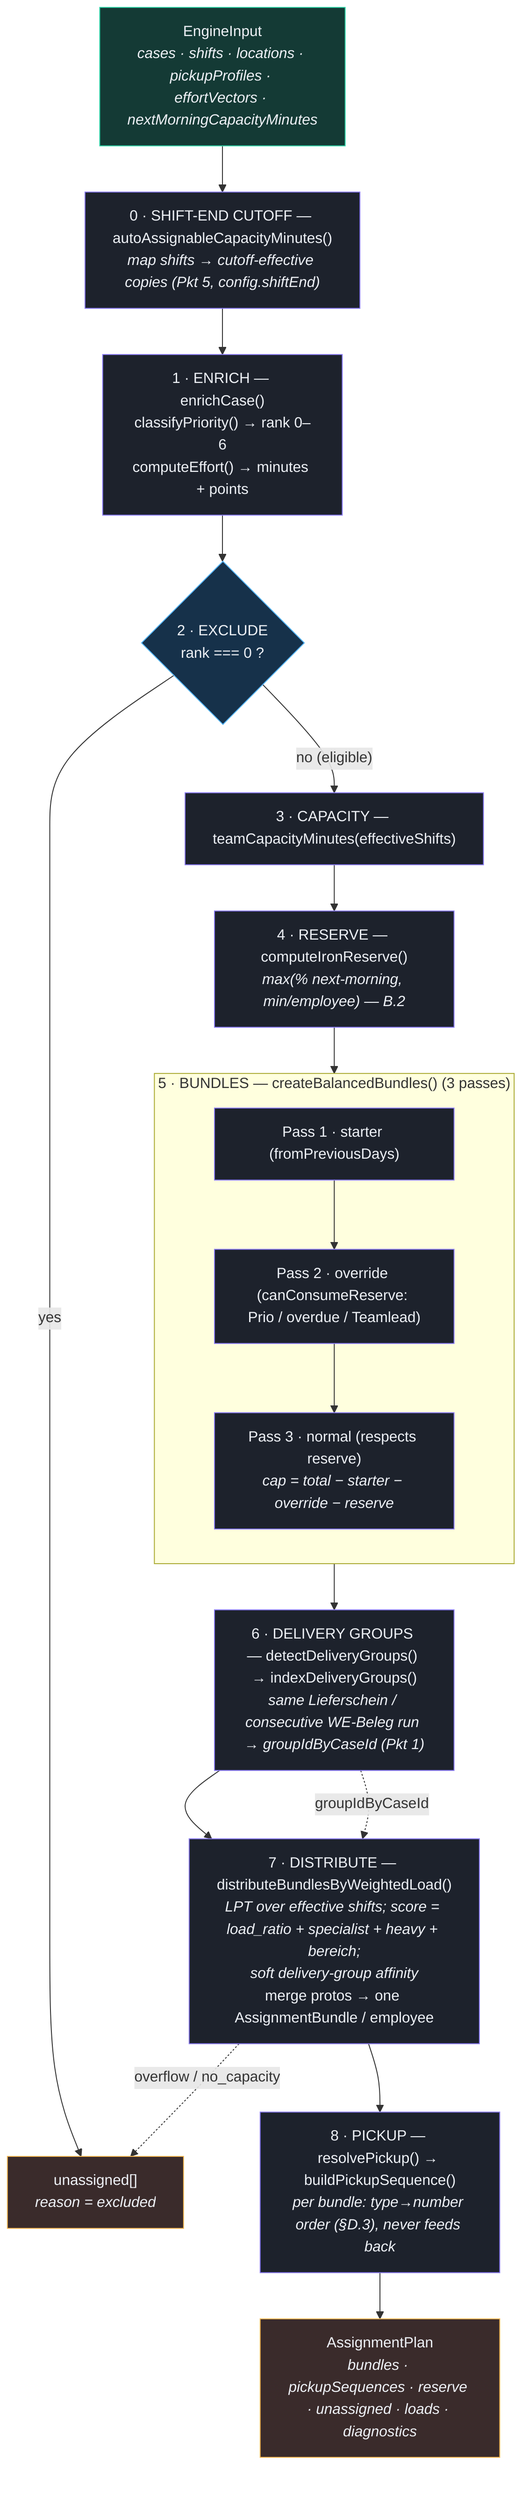
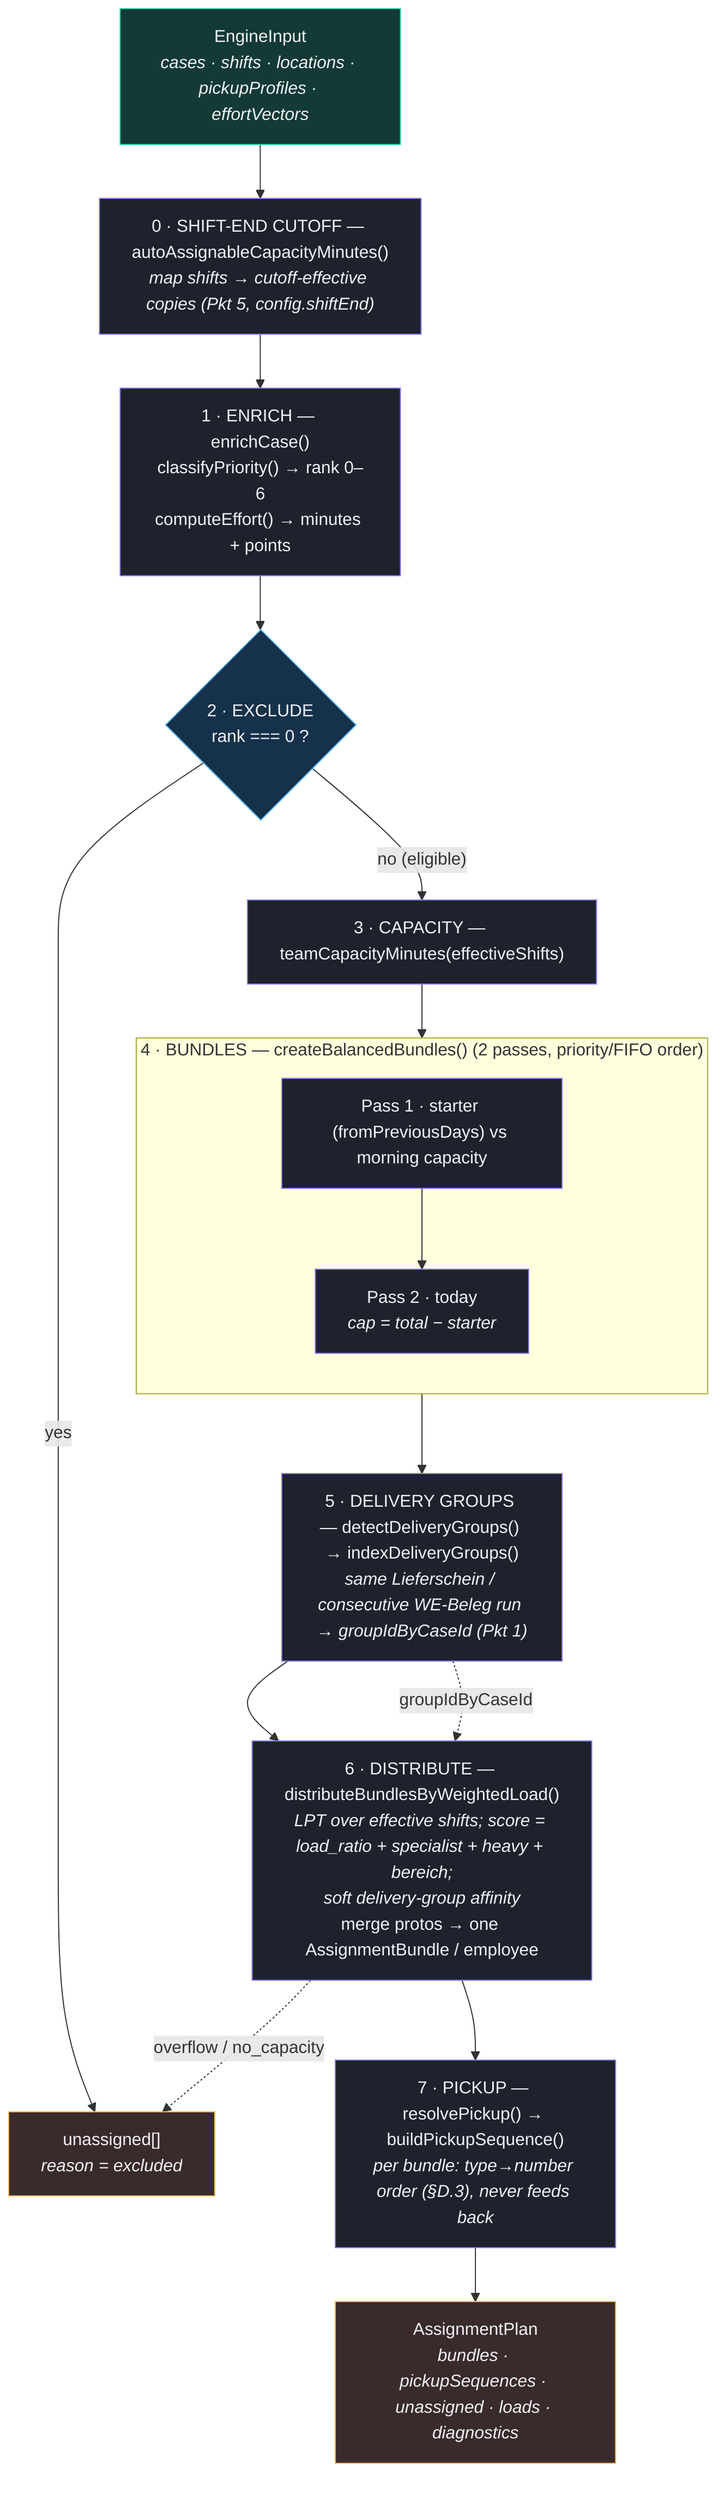
%% C4 Level 4 — Code / data flow: assignWork() pipeline
%% Verified against packages/assignment-engine/src/assignment/plan.ts (committed main)
- %% and the called modules (shift-end, priority-engine, effort-score, net-capacity, reserve,
+ %% and the called modules (shift-end, priority-engine, effort-score, net-capacity,
%% bundling, delivery-group, distribute, pickup-order).
flowchart TB
    classDef step fill:#1d222c,stroke:#8b7cf6,color:#eef1f6;
    classDef io fill:#143a35,stroke:#2dd4a7,color:#eef1f6;
    classDef branch fill:#16314a,stroke:#56b6ff,color:#eef1f6;
    classDef out fill:#3a2b2b,stroke:#f5b955,color:#eef1f6;

-     input["EngineInput<br/><i>cases · shifts · locations · pickupProfiles · effortVectors · nextMorningCapacityMinutes</i>"]:::io
+     input["EngineInput<br/><i>cases · shifts · locations · pickupProfiles · effortVectors</i>"]:::io

    cutoff["0 · SHIFT-END CUTOFF — autoAssignableCapacityMinutes()<br/><i>map shifts → cutoff-effective copies (Pkt 5, config.shiftEnd)</i>"]:::step
    enrich["1 · ENRICH — enrichCase()<br/>classifyPriority() → rank 0–6<br/>computeEffort() → minutes + points"]:::step
    exclude{"2 · EXCLUDE<br/>rank === 0 ?"}:::branch
    excluded["unassigned[]<br/><i>reason = excluded</i>"]:::out

    capacity["3 · CAPACITY — teamCapacityMinutes(effectiveShifts)"]:::step
-     reserve["4 · RESERVE — computeIronReserve()<br/><i>max(% next-morning, min/employee) — B.2</i>"]:::step

-     subgraph bundles["5 · BUNDLES — createBalancedBundles() (3 passes)"]
+     subgraph bundles["4 · BUNDLES — createBalancedBundles() (2 passes, priority/FIFO order)"]
        direction TB
-         starter["Pass 1 · starter (fromPreviousDays)"]:::step
-         override["Pass 2 · override (canConsumeReserve: Prio / overdue / Teamlead)"]:::step
-         normal["Pass 3 · normal (respects reserve)<br/><i>cap = total − starter − override − reserve</i>"]:::step
+         starter["Pass 1 · starter (fromPreviousDays) vs morning capacity"]:::step
+         today["Pass 2 · today<br/><i>cap = total − starter</i>"]:::step
    end

-     grouping["6 · DELIVERY GROUPS — detectDeliveryGroups() → indexDeliveryGroups()<br/><i>same Lieferschein / consecutive WE-Beleg run → groupIdByCaseId (Pkt 1)</i>"]:::step
-     distribute["7 · DISTRIBUTE — distributeBundlesByWeightedLoad()<br/><i>LPT over effective shifts; score = load_ratio + specialist + heavy + bereich;<br/>soft delivery-group affinity</i><br/>merge protos → one AssignmentBundle / employee"]:::step
-     pickup["8 · PICKUP — resolvePickup() → buildPickupSequence()<br/><i>per bundle: type→number order (§D.3), never feeds back</i>"]:::step
+     grouping["5 · DELIVERY GROUPS — detectDeliveryGroups() → indexDeliveryGroups()<br/><i>same Lieferschein / consecutive WE-Beleg run → groupIdByCaseId (Pkt 1)</i>"]:::step
+     distribute["6 · DISTRIBUTE — distributeBundlesByWeightedLoad()<br/><i>LPT over effective shifts; score = load_ratio + specialist + heavy + bereich;<br/>soft delivery-group affinity</i><br/>merge protos → one AssignmentBundle / employee"]:::step
+     pickup["7 · PICKUP — resolvePickup() → buildPickupSequence()<br/><i>per bundle: type→number order (§D.3), never feeds back</i>"]:::step

-     plan["AssignmentPlan<br/><i>bundles · pickupSequences · reserve · unassigned · loads · diagnostics</i>"]:::out
+     plan["AssignmentPlan<br/><i>bundles · pickupSequences · unassigned · loads · diagnostics</i>"]:::out

    input --> cutoff --> enrich --> exclude
    exclude -->|"yes"| excluded
-     exclude -->|"no (eligible)"| capacity --> reserve --> starter
-     starter --> override --> normal --> grouping --> distribute --> pickup --> plan
+     exclude -->|"no (eligible)"| capacity --> starter
+     starter --> today --> grouping --> distribute --> pickup --> plan
    grouping -. "groupIdByCaseId" .-> distribute
    distribute -. "overflow / no_capacity" .-> excluded
